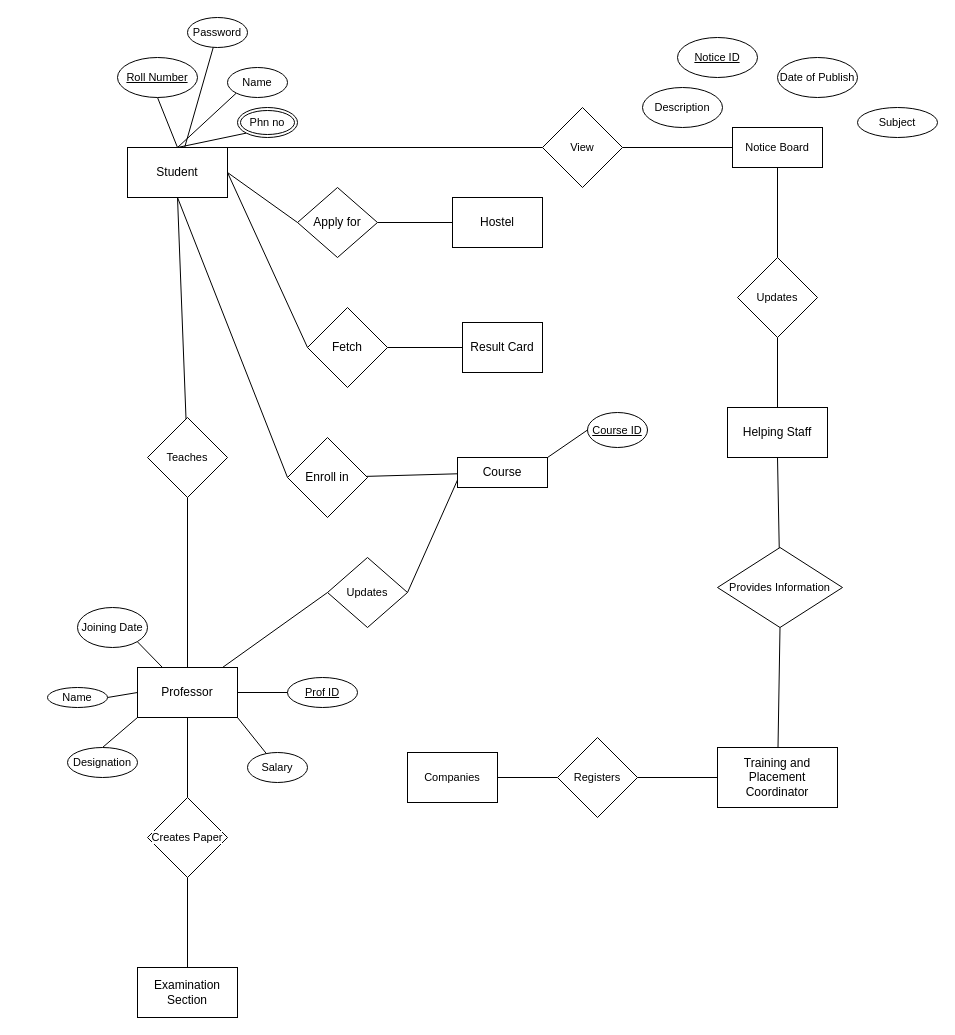
The draw.io diagram University_ER.drawio in ritu456286/Bus-Booking-System, before the edit. Source tidied: cells renumbered, new cells numbered last; positions are measured from the earlier drawing's top-left corner, leaving out a move shared by most shapes. Both pictures are drawn from the tidied source at 100%, with x=0, y=0 at pixel (47, 17).
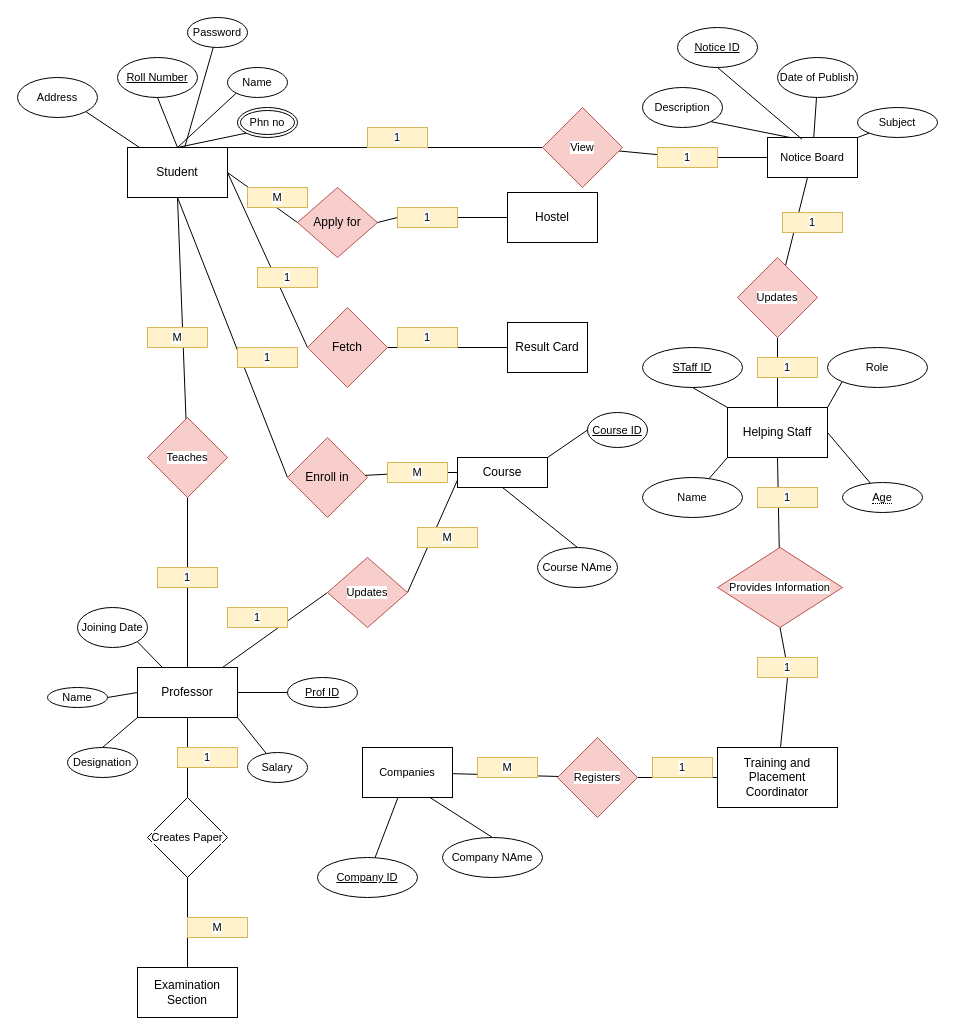
The same page after the edit.

Unchanged cells that the change refers to:
```xml
<mxCell id="6" value="Student" style="rounded=0;whiteSpace=wrap;html=1;" parent="1" vertex="1">
  <mxGeometry x="80" y="130" width="100" height="50" as="geometry" />
</mxCell>
<mxCell id="16" value="Helping Staff" style="rounded=0;whiteSpace=wrap;html=1;" parent="1" vertex="1">
  <mxGeometry x="680" y="390" width="100" height="50" as="geometry" />
</mxCell>
<mxCell id="18" value="Course" style="rounded=0;whiteSpace=wrap;html=1;" parent="1" vertex="1">
  <mxGeometry x="410" y="440" width="90" height="30" as="geometry" />
</mxCell>
<mxCell id="25" value="Training and Placement Coordinator" style="rounded=0;whiteSpace=wrap;html=1;" parent="1" vertex="1">
  <mxGeometry x="670" y="730" width="120" height="60" as="geometry" />
</mxCell>
<mxCell id="55" value="Date of Publish" style="ellipse;whiteSpace=wrap;html=1;align=center;fontFamily=Helvetica;fontSize=11;fontColor=default;labelBackgroundColor=default;" parent="1" vertex="1">
  <mxGeometry x="730" y="40" width="80" height="40" as="geometry" />
</mxCell>
<mxCell id="56" value="Subject" style="ellipse;whiteSpace=wrap;html=1;align=center;fontFamily=Helvetica;fontSize=11;fontColor=default;labelBackgroundColor=default;" parent="1" vertex="1">
  <mxGeometry x="810" y="90" width="80" height="30" as="geometry" />
</mxCell>
<mxCell id="57" value="Description" style="ellipse;whiteSpace=wrap;html=1;align=center;fontFamily=Helvetica;fontSize=11;fontColor=default;labelBackgroundColor=default;" parent="1" vertex="1">
  <mxGeometry x="595" y="70" width="80" height="40" as="geometry" />
</mxCell>
```

What changed in the source:
```diff
@@
+    <mxCell id="66" style="edgeStyle=none;rounded=0;jettySize=auto;html=1;exitX=1;exitY=0;exitDx=0;exitDy=0;entryX=0;entryY=1;entryDx=0;entryDy=0;strokeColor=default;align=center;verticalAlign=middle;fontFamily=Helvetica;fontSize=11;fontColor=default;labelBackgroundColor=default;endArrow=none;endFill=0;" parent="1" edge="1" source="16" target="81">
+      <mxGeometry relative="1" as="geometry" />
+    </mxCell>
+    <mxCell id="67" style="edgeStyle=none;rounded=0;jettySize=auto;html=1;exitX=1;exitY=0.5;exitDx=0;exitDy=0;strokeColor=default;align=center;verticalAlign=middle;fontFamily=Helvetica;fontSize=11;fontColor=default;labelBackgroundColor=default;endArrow=none;endFill=0;" parent="1" edge="1" source="16" target="80">
+      <mxGeometry relative="1" as="geometry" />
+    </mxCell>
+    <mxCell id="68" style="edgeStyle=none;rounded=0;jettySize=auto;html=1;exitX=0;exitY=1;exitDx=0;exitDy=0;strokeColor=default;align=center;verticalAlign=middle;fontFamily=Helvetica;fontSize=11;fontColor=default;labelBackgroundColor=default;endArrow=none;endFill=0;" parent="1" edge="1" source="16" target="79">
+      <mxGeometry relative="1" as="geometry" />
+    </mxCell>
@@
+    <mxCell id="69" style="edgeStyle=none;rounded=0;jettySize=auto;html=1;exitX=0.5;exitY=1;exitDx=0;exitDy=0;entryX=0.5;entryY=0;entryDx=0;entryDy=0;strokeColor=default;align=center;verticalAlign=middle;fontFamily=Helvetica;fontSize=11;fontColor=default;labelBackgroundColor=default;endArrow=none;endFill=0;" parent="1" edge="1" source="18" target="82">
+      <mxGeometry relative="1" as="geometry" />
+    </mxCell>
@@
     <mxCell id="19" value="Result Card" style="rounded=0;whiteSpace=wrap;html=1;" parent="1" vertex="1">
-      <mxGeometry x="415" y="305" width="80" height="50" as="geometry" />
+      <mxGeometry x="460" y="305" width="80" height="50" as="geometry" />
     </mxCell>
     <mxCell id="20" value="Hostel" style="rounded=0;whiteSpace=wrap;html=1;" parent="1" vertex="1">
-      <mxGeometry x="405" y="180" width="90" height="50" as="geometry" />
+      <mxGeometry x="460" y="175" width="90" height="50" as="geometry" />
     </mxCell>
-    <mxCell id="21" style="edgeStyle=none;rounded=0;jettySize=auto;html=1;exitX=1;exitY=0.5;exitDx=0;exitDy=0;entryX=0;entryY=0.5;entryDx=0;entryDy=0;strokeColor=default;align=center;verticalAlign=middle;fontFamily=Helvetica;fontSize=11;fontColor=default;labelBackgroundColor=default;endArrow=none;endFill=0;" parent="1" edge="1" source="22" target="20">
+    <mxCell id="21" style="edgeStyle=none;rounded=0;jettySize=auto;html=1;exitX=1;exitY=0.5;exitDx=0;exitDy=0;entryX=0;entryY=0.5;entryDx=0;entryDy=0;strokeColor=default;align=center;verticalAlign=middle;fontFamily=Helvetica;fontSize=11;fontColor=default;labelBackgroundColor=default;endArrow=none;endFill=0;" parent="1" edge="1" source="109" target="20">
       <mxGeometry relative="1" as="geometry" />
     </mxCell>
-    <mxCell id="22" value="Apply for" style="rhombus;whiteSpace=wrap;html=1;" parent="1" vertex="1">
+    <mxCell id="22" value="Apply for" style="rhombus;whiteSpace=wrap;html=1;fillColor=#f8cecc;strokeColor=#b85450;" parent="1" vertex="1">
       <mxGeometry x="250" y="170" width="80" height="70" as="geometry" />
     </mxCell>
@@
-    <mxCell id="24" style="edgeStyle=none;rounded=0;jettySize=auto;html=1;entryX=0.5;entryY=1;entryDx=0;entryDy=0;strokeColor=default;align=center;verticalAlign=middle;fontFamily=Helvetica;fontSize=11;fontColor=default;labelBackgroundColor=default;endArrow=none;endFill=0;" parent="1" edge="1" source="25" target="44">
+    <mxCell id="24" style="edgeStyle=none;rounded=0;jettySize=auto;html=1;entryX=0.5;entryY=1;entryDx=0;entryDy=0;strokeColor=default;align=center;verticalAlign=middle;fontFamily=Helvetica;fontSize=11;fontColor=default;labelBackgroundColor=default;endArrow=none;endFill=0;" parent="1" edge="1" source="97" target="44">
       <mxGeometry relative="1" as="geometry" />
     </mxCell>
@@
-    <mxCell id="27" value="Fetch" style="rhombus;whiteSpace=wrap;html=1;" parent="1" vertex="1">
+    <mxCell id="27" value="Fetch" style="rhombus;whiteSpace=wrap;html=1;fillColor=#f8cecc;strokeColor=#b85450;" parent="1" vertex="1">
       <mxGeometry x="260" y="290" width="80" height="80" as="geometry" />
     </mxCell>
-    <mxCell id="28" style="edgeStyle=none;rounded=0;jettySize=auto;html=1;strokeColor=default;align=center;verticalAlign=middle;fontFamily=Helvetica;fontSize=11;fontColor=default;labelBackgroundColor=default;endArrow=none;endFill=0;" parent="1" edge="1" source="29" target="18">
+    <mxCell id="28" style="edgeStyle=none;rounded=0;jettySize=auto;html=1;strokeColor=default;align=center;verticalAlign=middle;fontFamily=Helvetica;fontSize=11;fontColor=default;labelBackgroundColor=default;endArrow=none;endFill=0;" parent="1" edge="1" source="85" target="18">
       <mxGeometry relative="1" as="geometry" />
     </mxCell>
-    <mxCell id="29" value="Enroll in" style="rhombus;whiteSpace=wrap;html=1;" parent="1" vertex="1">
+    <mxCell id="29" value="Enroll in" style="rhombus;whiteSpace=wrap;html=1;fillColor=#f8cecc;strokeColor=#b85450;" parent="1" vertex="1">
       <mxGeometry x="240" y="420" width="80" height="80" as="geometry" />
     </mxCell>
@@
-    <mxCell id="31" value="Teaches" style="rhombus;whiteSpace=wrap;html=1;fontFamily=Helvetica;fontSize=11;fontColor=default;labelBackgroundColor=default;" parent="1" vertex="1">
+    <mxCell id="31" value="Teaches" style="rhombus;whiteSpace=wrap;html=1;fontFamily=Helvetica;fontSize=11;labelBackgroundColor=default;fillColor=#f8cecc;strokeColor=#b85450;" parent="1" vertex="1">
       <mxGeometry x="100" y="400" width="80" height="80" as="geometry" />
     </mxCell>
@@
-    <mxCell id="33" value="Updates" style="rhombus;whiteSpace=wrap;html=1;fontFamily=Helvetica;fontSize=11;fontColor=default;labelBackgroundColor=default;" parent="1" vertex="1">
+    <mxCell id="33" value="Updates" style="rhombus;whiteSpace=wrap;html=1;fontFamily=Helvetica;fontSize=11;labelBackgroundColor=default;fillColor=#f8cecc;strokeColor=#b85450;" parent="1" vertex="1">
       <mxGeometry x="280" y="540" width="80" height="70" as="geometry" />
     </mxCell>
+    <mxCell id="70" style="edgeStyle=none;rounded=0;jettySize=auto;html=1;strokeColor=default;align=center;verticalAlign=middle;fontFamily=Helvetica;fontSize=11;fontColor=default;labelBackgroundColor=default;endArrow=none;endFill=0;" parent="1" edge="1" source="34" target="102">
+      <mxGeometry relative="1" as="geometry" />
+    </mxCell>
     <mxCell id="34" value="Companies" style="rounded=0;whiteSpace=wrap;html=1;fontFamily=Helvetica;fontSize=11;fontColor=default;labelBackgroundColor=default;" parent="1" vertex="1">
-      <mxGeometry x="360" y="735" width="90" height="50" as="geometry" />
+      <mxGeometry x="315" y="730" width="90" height="50" as="geometry" />
     </mxCell>
@@
-    <mxCell id="36" value="Registers" style="rhombus;whiteSpace=wrap;html=1;fontFamily=Helvetica;fontSize=11;fontColor=default;labelBackgroundColor=default;" parent="1" vertex="1">
+    <mxCell id="36" value="Registers" style="rhombus;whiteSpace=wrap;html=1;fontFamily=Helvetica;fontSize=11;labelBackgroundColor=default;fillColor=#f8cecc;strokeColor=#b85450;" parent="1" vertex="1">
       <mxGeometry x="510" y="720" width="80" height="80" as="geometry" />
     </mxCell>
@@
-    <mxCell id="39" style="edgeStyle=none;rounded=0;jettySize=auto;html=1;strokeColor=default;align=center;verticalAlign=middle;fontFamily=Helvetica;fontSize=11;fontColor=default;labelBackgroundColor=default;endArrow=none;endFill=0;" parent="1" edge="1" source="40" target="46">
+    <mxCell id="39" style="edgeStyle=none;rounded=0;jettySize=auto;html=1;strokeColor=default;align=center;verticalAlign=middle;fontFamily=Helvetica;fontSize=11;fontColor=default;labelBackgroundColor=default;endArrow=none;endFill=0;" parent="1" edge="1" source="90" target="46">
       <mxGeometry relative="1" as="geometry" />
     </mxCell>
     <mxCell id="40" value="Notice Board" style="rounded=0;whiteSpace=wrap;html=1;fontFamily=Helvetica;fontSize=11;fontColor=default;labelBackgroundColor=default;" parent="1" vertex="1">
-      <mxGeometry x="685" y="110" width="90" height="40" as="geometry" />
+      <mxGeometry x="720" y="120" width="90" height="40" as="geometry" />
     </mxCell>
@@
-    <mxCell id="42" value="Updates" style="rhombus;whiteSpace=wrap;html=1;fontFamily=Helvetica;fontSize=11;fontColor=default;labelBackgroundColor=default;" parent="1" vertex="1">
+    <mxCell id="42" value="Updates" style="rhombus;whiteSpace=wrap;html=1;fontFamily=Helvetica;fontSize=11;labelBackgroundColor=default;fillColor=#f8cecc;strokeColor=#b85450;" parent="1" vertex="1">
       <mxGeometry x="690" y="240" width="80" height="80" as="geometry" />
     </mxCell>
@@
-    <mxCell id="44" value="Provides Information" style="rhombus;whiteSpace=wrap;html=1;fontFamily=Helvetica;fontSize=11;fontColor=default;labelBackgroundColor=default;" parent="1" vertex="1">
+    <mxCell id="44" value="Provides Information" style="rhombus;whiteSpace=wrap;html=1;fontFamily=Helvetica;fontSize=11;labelBackgroundColor=default;fillColor=#f8cecc;strokeColor=#b85450;" parent="1" vertex="1">
       <mxGeometry x="670" y="530" width="125" height="80" as="geometry" />
     </mxCell>
@@
-    <mxCell id="46" value="View" style="rhombus;whiteSpace=wrap;html=1;fontFamily=Helvetica;fontSize=11;fontColor=default;labelBackgroundColor=default;" parent="1" vertex="1">
+    <mxCell id="46" value="View" style="rhombus;whiteSpace=wrap;html=1;fontFamily=Helvetica;fontSize=11;labelBackgroundColor=default;fillColor=#f8cecc;strokeColor=#b85450;" parent="1" vertex="1">
       <mxGeometry x="495" y="90" width="80" height="80" as="geometry" />
     </mxCell>
@@
     <mxCell id="54" value="Notice ID" style="ellipse;whiteSpace=wrap;html=1;align=center;fontStyle=4;fontFamily=Helvetica;fontSize=11;fontColor=default;labelBackgroundColor=default;" parent="1" vertex="1">
-      <mxGeometry x="630" y="20" width="80" height="40" as="geometry" />
+      <mxGeometry x="630" y="10" width="80" height="40" as="geometry" />
     </mxCell>
+    <mxCell id="71" style="edgeStyle=none;rounded=0;jettySize=auto;html=1;strokeColor=default;align=center;verticalAlign=middle;fontFamily=Helvetica;fontSize=11;fontColor=default;labelBackgroundColor=default;endArrow=none;endFill=0;" parent="1" edge="1" source="55" target="40">
+      <mxGeometry relative="1" as="geometry" />
+    </mxCell>
@@
+    <mxCell id="72" style="edgeStyle=none;rounded=0;jettySize=auto;html=1;exitX=0;exitY=1;exitDx=0;exitDy=0;entryX=1;entryY=0;entryDx=0;entryDy=0;strokeColor=default;align=center;verticalAlign=middle;fontFamily=Helvetica;fontSize=11;fontColor=default;labelBackgroundColor=default;endArrow=none;endFill=0;" parent="1" edge="1" source="56" target="40">
+      <mxGeometry relative="1" as="geometry" />
+    </mxCell>
@@
+    <mxCell id="73" style="edgeStyle=none;rounded=0;jettySize=auto;html=1;exitX=1;exitY=1;exitDx=0;exitDy=0;entryX=0.25;entryY=0;entryDx=0;entryDy=0;strokeColor=default;align=center;verticalAlign=middle;fontFamily=Helvetica;fontSize=11;fontColor=default;labelBackgroundColor=default;endArrow=none;endFill=0;" parent="1" edge="1" source="57" target="40">
+      <mxGeometry relative="1" as="geometry" />
+    </mxCell>
@@
+    <mxCell id="74" value="Address" style="ellipse;whiteSpace=wrap;html=1;align=center;fontFamily=Helvetica;fontSize=11;fontColor=default;labelBackgroundColor=default;" parent="1" vertex="1">
+      <mxGeometry x="-30" y="60" width="80" height="40" as="geometry" />
+    </mxCell>
+    <mxCell id="75" style="edgeStyle=none;rounded=0;jettySize=auto;html=1;exitX=1;exitY=1;exitDx=0;exitDy=0;entryX=0.12;entryY=0;entryDx=0;entryDy=0;entryPerimeter=0;strokeColor=default;align=center;verticalAlign=middle;fontFamily=Helvetica;fontSize=11;fontColor=default;labelBackgroundColor=default;endArrow=none;endFill=0;" parent="1" edge="1" source="74" target="6">
+      <mxGeometry relative="1" as="geometry" />
+    </mxCell>
+    <mxCell id="76" style="edgeStyle=none;rounded=0;jettySize=auto;html=1;exitX=0.5;exitY=1;exitDx=0;exitDy=0;entryX=0.383;entryY=0.043;entryDx=0;entryDy=0;entryPerimeter=0;strokeColor=default;align=center;verticalAlign=middle;fontFamily=Helvetica;fontSize=11;fontColor=default;labelBackgroundColor=default;endArrow=none;endFill=0;" parent="1" edge="1" source="54" target="40">
+      <mxGeometry relative="1" as="geometry" />
+    </mxCell>
+    <mxCell id="77" style="edgeStyle=none;rounded=0;jettySize=auto;html=1;exitX=0.5;exitY=1;exitDx=0;exitDy=0;entryX=0;entryY=0;entryDx=0;entryDy=0;strokeColor=default;align=center;verticalAlign=middle;fontFamily=Helvetica;fontSize=11;fontColor=default;labelBackgroundColor=default;endArrow=none;endFill=0;" parent="1" edge="1" source="78" target="16">
+      <mxGeometry relative="1" as="geometry" />
+    </mxCell>
+    <mxCell id="78" value="STaff ID" style="ellipse;whiteSpace=wrap;html=1;align=center;fontStyle=4;fontFamily=Helvetica;fontSize=11;fontColor=default;labelBackgroundColor=default;" parent="1" vertex="1">
+      <mxGeometry x="595" y="330" width="100" height="40" as="geometry" />
+    </mxCell>
+    <mxCell id="79" value="Name" style="ellipse;whiteSpace=wrap;html=1;align=center;fontFamily=Helvetica;fontSize=11;fontColor=default;labelBackgroundColor=default;" parent="1" vertex="1">
+      <mxGeometry x="595" y="460" width="100" height="40" as="geometry" />
+    </mxCell>
+    <mxCell id="80" value="&lt;span style=&quot;border-bottom: 1px dotted&quot;&gt;Age&lt;/span&gt;" style="ellipse;whiteSpace=wrap;html=1;align=center;fontFamily=Helvetica;fontSize=11;fontColor=default;labelBackgroundColor=default;" parent="1" vertex="1">
+      <mxGeometry x="795" y="465" width="80" height="30" as="geometry" />
+    </mxCell>
+    <mxCell id="81" value="Role" style="ellipse;whiteSpace=wrap;html=1;align=center;fontFamily=Helvetica;fontSize=11;fontColor=default;labelBackgroundColor=default;" parent="1" vertex="1">
+      <mxGeometry x="780" y="330" width="100" height="40" as="geometry" />
+    </mxCell>
+    <mxCell id="82" value="Course NAme" style="ellipse;whiteSpace=wrap;html=1;align=center;fontFamily=Helvetica;fontSize=11;fontColor=default;labelBackgroundColor=default;" parent="1" vertex="1">
+      <mxGeometry x="490" y="530" width="80" height="40" as="geometry" />
+    </mxCell>
+    <mxCell id="83" value="1" style="whiteSpace=wrap;html=1;align=center;fontFamily=Helvetica;fontSize=11;labelBackgroundColor=default;fillColor=#fff2cc;strokeColor=#d6b656;" parent="1" vertex="1">
+      <mxGeometry x="190" y="330" width="60" height="20" as="geometry" />
+    </mxCell>
+    <mxCell id="84" style="edgeStyle=none;rounded=0;jettySize=auto;html=1;strokeColor=default;align=center;verticalAlign=middle;fontFamily=Helvetica;fontSize=11;fontColor=default;labelBackgroundColor=default;endArrow=none;endFill=0;" parent="1" edge="1" source="29" target="85">
+      <mxGeometry relative="1" as="geometry" />
+    </mxCell>
+    <mxCell id="85" value="M" style="whiteSpace=wrap;html=1;align=center;fontFamily=Helvetica;fontSize=11;labelBackgroundColor=default;fillColor=#fff2cc;strokeColor=#d6b656;" parent="1" vertex="1">
+      <mxGeometry x="340" y="445" width="60" height="20" as="geometry" />
+    </mxCell>
+    <mxCell id="86" value="1" style="whiteSpace=wrap;html=1;align=center;fontFamily=Helvetica;fontSize=11;labelBackgroundColor=default;fillColor=#fff2cc;strokeColor=#d6b656;" parent="1" vertex="1">
+      <mxGeometry x="110" y="550" width="60" height="20" as="geometry" />
+    </mxCell>
+    <mxCell id="87" value="M" style="whiteSpace=wrap;html=1;align=center;fontFamily=Helvetica;fontSize=11;labelBackgroundColor=default;fillColor=#fff2cc;strokeColor=#d6b656;" parent="1" vertex="1">
+      <mxGeometry x="100" y="310" width="60" height="20" as="geometry" />
+    </mxCell>
+    <mxCell id="88" value="1" style="whiteSpace=wrap;html=1;align=center;fontFamily=Helvetica;fontSize=11;labelBackgroundColor=default;fillColor=#fff2cc;strokeColor=#d6b656;" parent="1" vertex="1">
+      <mxGeometry x="320" y="110" width="60" height="20" as="geometry" />
+    </mxCell>
+    <mxCell id="89" style="edgeStyle=none;rounded=0;jettySize=auto;html=1;strokeColor=default;align=center;verticalAlign=middle;fontFamily=Helvetica;fontSize=11;fontColor=default;labelBackgroundColor=default;endArrow=none;endFill=0;" parent="1" edge="1" source="40" target="90">
+      <mxGeometry relative="1" as="geometry" />
+    </mxCell>
+    <mxCell id="90" value="1" style="whiteSpace=wrap;html=1;align=center;fontFamily=Helvetica;fontSize=11;labelBackgroundColor=default;fillColor=#fff2cc;strokeColor=#d6b656;" parent="1" vertex="1">
+      <mxGeometry x="610" y="130" width="60" height="20" as="geometry" />
+    </mxCell>
+    <mxCell id="91" value="1" style="whiteSpace=wrap;html=1;align=center;fontFamily=Helvetica;fontSize=11;labelBackgroundColor=default;fillColor=#fff2cc;strokeColor=#d6b656;" parent="1" vertex="1">
+      <mxGeometry x="130" y="730" width="60" height="20" as="geometry" />
+    </mxCell>
+    <mxCell id="92" value="M" style="whiteSpace=wrap;html=1;align=center;fontFamily=Helvetica;fontSize=11;labelBackgroundColor=default;fillColor=#fff2cc;strokeColor=#d6b656;" parent="1" vertex="1">
+      <mxGeometry x="140" y="900" width="60" height="20" as="geometry" />
+    </mxCell>
+    <mxCell id="93" value="1" style="whiteSpace=wrap;html=1;align=center;fontFamily=Helvetica;fontSize=11;labelBackgroundColor=default;fillColor=#fff2cc;strokeColor=#d6b656;" parent="1" vertex="1">
+      <mxGeometry x="710" y="340" width="60" height="20" as="geometry" />
+    </mxCell>
+    <mxCell id="94" value="1" style="whiteSpace=wrap;html=1;align=center;fontFamily=Helvetica;fontSize=11;labelBackgroundColor=default;fillColor=#fff2cc;strokeColor=#d6b656;" parent="1" vertex="1">
+      <mxGeometry x="735" y="195" width="60" height="20" as="geometry" />
+    </mxCell>
+    <mxCell id="95" value="1" style="whiteSpace=wrap;html=1;align=center;fontFamily=Helvetica;fontSize=11;labelBackgroundColor=default;fillColor=#fff2cc;strokeColor=#d6b656;" parent="1" vertex="1">
+      <mxGeometry x="710" y="470" width="60" height="20" as="geometry" />
+    </mxCell>
+    <mxCell id="96" style="edgeStyle=none;rounded=0;jettySize=auto;html=1;entryX=0.5;entryY=1;entryDx=0;entryDy=0;strokeColor=default;align=center;verticalAlign=middle;fontFamily=Helvetica;fontSize=11;fontColor=default;labelBackgroundColor=default;endArrow=none;endFill=0;" parent="1" edge="1" source="25" target="97">
+      <mxGeometry relative="1" as="geometry" />
+    </mxCell>
+    <mxCell id="97" value="1" style="whiteSpace=wrap;html=1;align=center;fontFamily=Helvetica;fontSize=11;labelBackgroundColor=default;fillColor=#fff2cc;strokeColor=#d6b656;" parent="1" vertex="1">
+      <mxGeometry x="710" y="640" width="60" height="20" as="geometry" />
+    </mxCell>
+    <mxCell id="98" value="M" style="whiteSpace=wrap;html=1;align=center;fontFamily=Helvetica;fontSize=11;labelBackgroundColor=default;fillColor=#fff2cc;strokeColor=#d6b656;" parent="1" vertex="1">
+      <mxGeometry x="430" y="740" width="60" height="20" as="geometry" />
+    </mxCell>
+    <mxCell id="99" value="1" style="whiteSpace=wrap;html=1;align=center;fontFamily=Helvetica;fontSize=11;labelBackgroundColor=default;fillColor=#fff2cc;strokeColor=#d6b656;" parent="1" vertex="1">
+      <mxGeometry x="605" y="740" width="60" height="20" as="geometry" />
+    </mxCell>
+    <mxCell id="100" value="1" style="whiteSpace=wrap;html=1;align=center;fontFamily=Helvetica;fontSize=11;labelBackgroundColor=default;fillColor=#fff2cc;strokeColor=#d6b656;" parent="1" vertex="1">
+      <mxGeometry x="180" y="590" width="60" height="20" as="geometry" />
+    </mxCell>
+    <mxCell id="101" value="M" style="whiteSpace=wrap;html=1;align=center;fontFamily=Helvetica;fontSize=11;labelBackgroundColor=default;fillColor=#fff2cc;strokeColor=#d6b656;" parent="1" vertex="1">
+      <mxGeometry x="370" y="510" width="60" height="20" as="geometry" />
+    </mxCell>
+    <mxCell id="102" value="Company ID" style="ellipse;whiteSpace=wrap;html=1;align=center;fontStyle=4;fontFamily=Helvetica;fontSize=11;fontColor=default;labelBackgroundColor=default;" parent="1" vertex="1">
+      <mxGeometry x="270" y="840" width="100" height="40" as="geometry" />
+    </mxCell>
+    <mxCell id="103" style="edgeStyle=none;rounded=0;jettySize=auto;html=1;exitX=0.5;exitY=0;exitDx=0;exitDy=0;entryX=0.75;entryY=1;entryDx=0;entryDy=0;strokeColor=default;align=center;verticalAlign=middle;fontFamily=Helvetica;fontSize=11;fontColor=default;labelBackgroundColor=default;endArrow=none;endFill=0;" parent="1" edge="1" source="104" target="34">
+      <mxGeometry relative="1" as="geometry" />
+    </mxCell>
+    <mxCell id="104" value="Company NAme" style="ellipse;whiteSpace=wrap;html=1;align=center;fontFamily=Helvetica;fontSize=11;fontColor=default;labelBackgroundColor=default;" parent="1" vertex="1">
+      <mxGeometry x="395" y="820" width="100" height="40" as="geometry" />
+    </mxCell>
+    <mxCell id="105" value="1" style="whiteSpace=wrap;html=1;align=center;fontFamily=Helvetica;fontSize=11;labelBackgroundColor=default;fillColor=#fff2cc;strokeColor=#d6b656;" parent="1" vertex="1">
+      <mxGeometry x="210" y="250" width="60" height="20" as="geometry" />
+    </mxCell>
+    <mxCell id="106" value="1" style="whiteSpace=wrap;html=1;align=center;fontFamily=Helvetica;fontSize=11;labelBackgroundColor=default;fillColor=#fff2cc;strokeColor=#d6b656;" parent="1" vertex="1">
+      <mxGeometry x="350" y="310" width="60" height="20" as="geometry" />
+    </mxCell>
+    <mxCell id="107" value="M" style="whiteSpace=wrap;html=1;align=center;fontFamily=Helvetica;fontSize=11;labelBackgroundColor=default;fillColor=#fff2cc;strokeColor=#d6b656;" parent="1" vertex="1">
+      <mxGeometry x="200" y="170" width="60" height="20" as="geometry" />
+    </mxCell>
+    <mxCell id="108" style="edgeStyle=none;rounded=0;jettySize=auto;html=1;exitX=1;exitY=0.5;exitDx=0;exitDy=0;entryX=0;entryY=0.5;entryDx=0;entryDy=0;strokeColor=default;align=center;verticalAlign=middle;fontFamily=Helvetica;fontSize=11;fontColor=default;labelBackgroundColor=default;endArrow=none;endFill=0;" parent="1" edge="1" source="22" target="109">
+      <mxGeometry relative="1" as="geometry" />
+    </mxCell>
+    <mxCell id="109" value="1" style="whiteSpace=wrap;html=1;align=center;fontFamily=Helvetica;fontSize=11;labelBackgroundColor=default;fillColor=#fff2cc;strokeColor=#d6b656;" parent="1" vertex="1">
+      <mxGeometry x="350" y="190" width="60" height="20" as="geometry" />
+    </mxCell>
```
